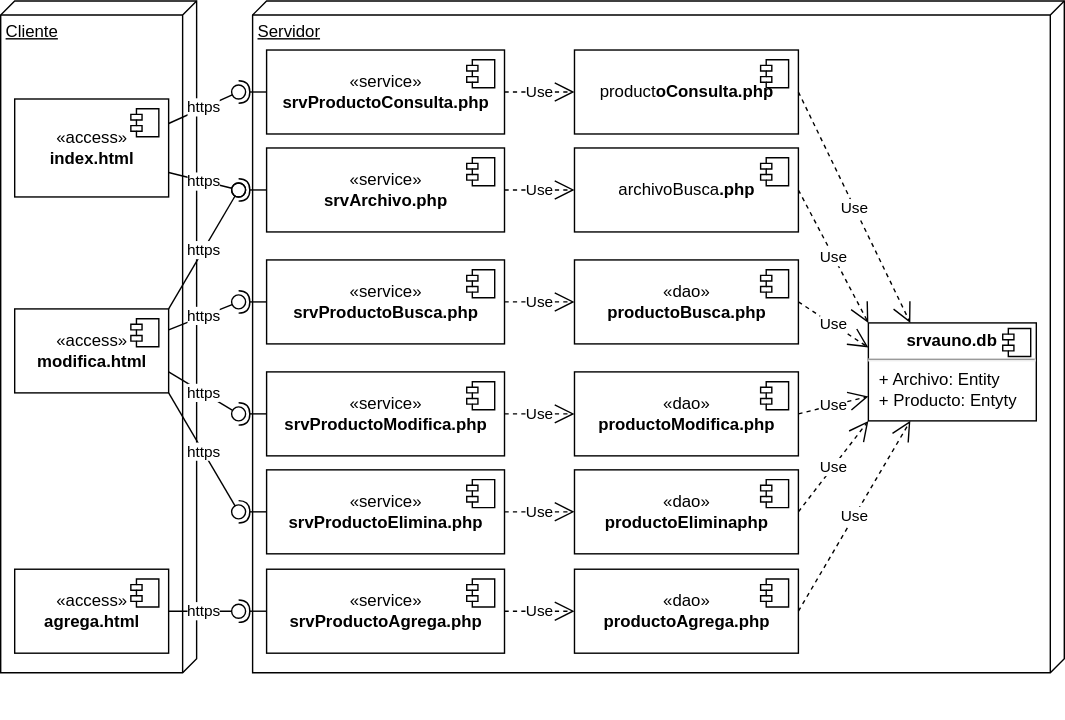
This is img/m20archivos/archivosdeploy.drawio.svg from gilpgawoas/gilpgawoas.github.io, a draw.io export, as it was before one commit. Source tidied: cells renumbered, new cells last; positions are measured from the earlier drawing's top-left corner, leaving out a move shared by most shapes.
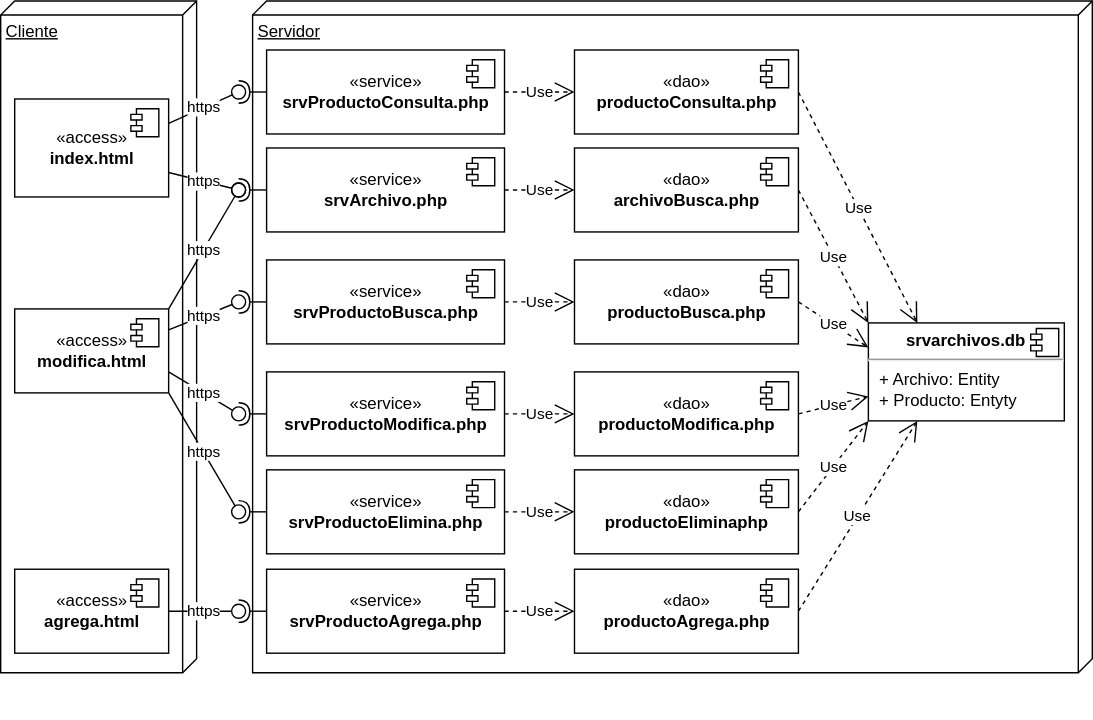
The same diagram one commit later.

The edit, as a diff of the source:
```diff
@@ -6,7 +6,7 @@
       <mxGeometry width="140" height="480" as="geometry" />
     </mxCell>
     <mxCell id="3" value="Servidor" style="verticalAlign=top;align=left;spacingTop=8;spacingLeft=2;spacingRight=12;shape=cube;size=10;direction=south;fontStyle=4;html=1;" parent="1" vertex="1">
-      <mxGeometry x="180" width="580" height="480" as="geometry" />
+      <mxGeometry x="180" width="600" height="480" as="geometry" />
     </mxCell>
     <mxCell id="4" value="«access»&lt;br&gt;&lt;b&gt;index.html&lt;/b&gt;" style="html=1;" parent="1" vertex="1">
       <mxGeometry x="10" y="70" width="110" height="70" as="geometry" />
@@ -38,8 +38,8 @@
     <mxCell id="11" value="Use" style="endArrow=open;endSize=12;dashed=1;html=1;rounded=0;exitX=1;exitY=0.5;exitDx=0;exitDy=0;entryX=0.25;entryY=1;entryDx=0;entryDy=0;" parent="1" edge="1" source="8" target="12">
       <mxGeometry relative="1" as="geometry" />
     </mxCell>
-    <mxCell id="12" value="&lt;p style=&quot;margin:0px;margin-top:6px;text-align:center;&quot;&gt;&lt;b&gt;srvauno.db&lt;/b&gt;&lt;/p&gt;&lt;hr&gt;&lt;p style=&quot;margin:0px;margin-left:8px;&quot;&gt;+ Archivo: Entity&lt;/p&gt;&lt;p style=&quot;margin:0px;margin-left:8px;&quot;&gt;+ Producto: Entyty&lt;/p&gt;" style="align=left;overflow=fill;html=1;" parent="1" vertex="1">
-      <mxGeometry x="620" y="230" width="120" height="70" as="geometry" />
+    <mxCell id="12" value="&lt;p style=&quot;margin:0px;margin-top:6px;text-align:center;&quot;&gt;&lt;b&gt;srvarchivos.db&lt;/b&gt;&lt;/p&gt;&lt;hr&gt;&lt;p style=&quot;margin:0px;margin-left:8px;&quot;&gt;+ Archivo: Entity&lt;/p&gt;&lt;p style=&quot;margin:0px;margin-left:8px;&quot;&gt;+ Producto: Entyty&lt;/p&gt;" style="align=left;overflow=fill;html=1;" parent="1" vertex="1">
+      <mxGeometry x="620" y="230" width="140" height="70" as="geometry" />
     </mxCell>
     <mxCell id="13" style="shape=component;jettyWidth=8;jettyHeight=4;" parent="12" vertex="1">
       <mxGeometry x="1" width="20" height="20" relative="1" as="geometry">
@@ -90,7 +90,7 @@
         <mxPoint x="-27" y="7" as="offset" />
       </mxGeometry>
     </mxCell>
-    <mxCell id="26" value="product&lt;b&gt;oConsulta.php&lt;/b&gt;" style="html=1;" parent="1" vertex="1">
+    <mxCell id="26" value="«dao»&lt;br&gt;&lt;b&gt;productoConsulta.php&lt;/b&gt;" style="html=1;" parent="1" vertex="1">
       <mxGeometry x="410" y="35" width="160" height="60" as="geometry" />
     </mxCell>
     <mxCell id="27" style="shape=module;jettyWidth=8;jettyHeight=4;" parent="26" vertex="1">
@@ -179,7 +179,7 @@
         <mxPoint x="-27" y="7" as="offset" />
       </mxGeometry>
     </mxCell>
-    <mxCell id="50" value="archivoBusca&lt;b&gt;.php&lt;/b&gt;" style="html=1;" parent="1" vertex="1">
+    <mxCell id="50" value="«dao»&lt;br&gt;&lt;b&gt;archivoBusca.php&lt;/b&gt;" style="html=1;" parent="1" vertex="1">
       <mxGeometry x="410" y="105" width="160" height="60" as="geometry" />
     </mxCell>
     <mxCell id="51" style="shape=module;jettyWidth=8;jettyHeight=4;" parent="50" vertex="1">
```
